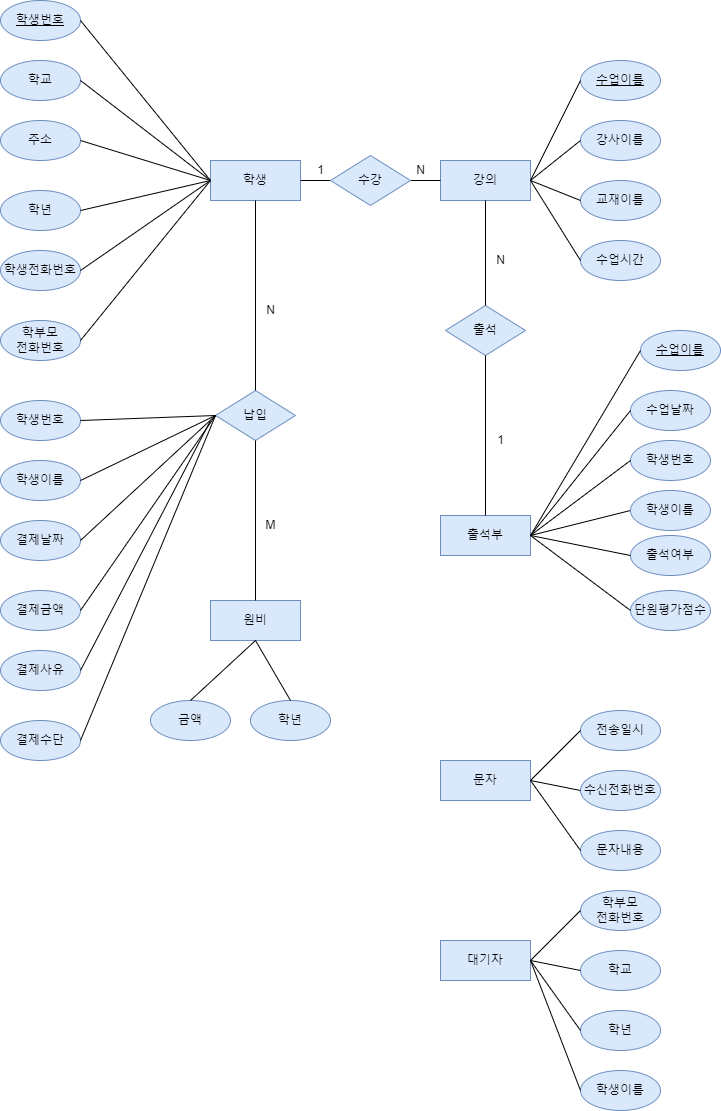
Above: ACA ERD.drawio.png in HYUUUNAKIM/DB_project (draw.io), before the change. Source tidied: cells renumbered, new cells last; positions are measured from the earlier drawing's top-left corner, leaving out a move shared by most shapes.
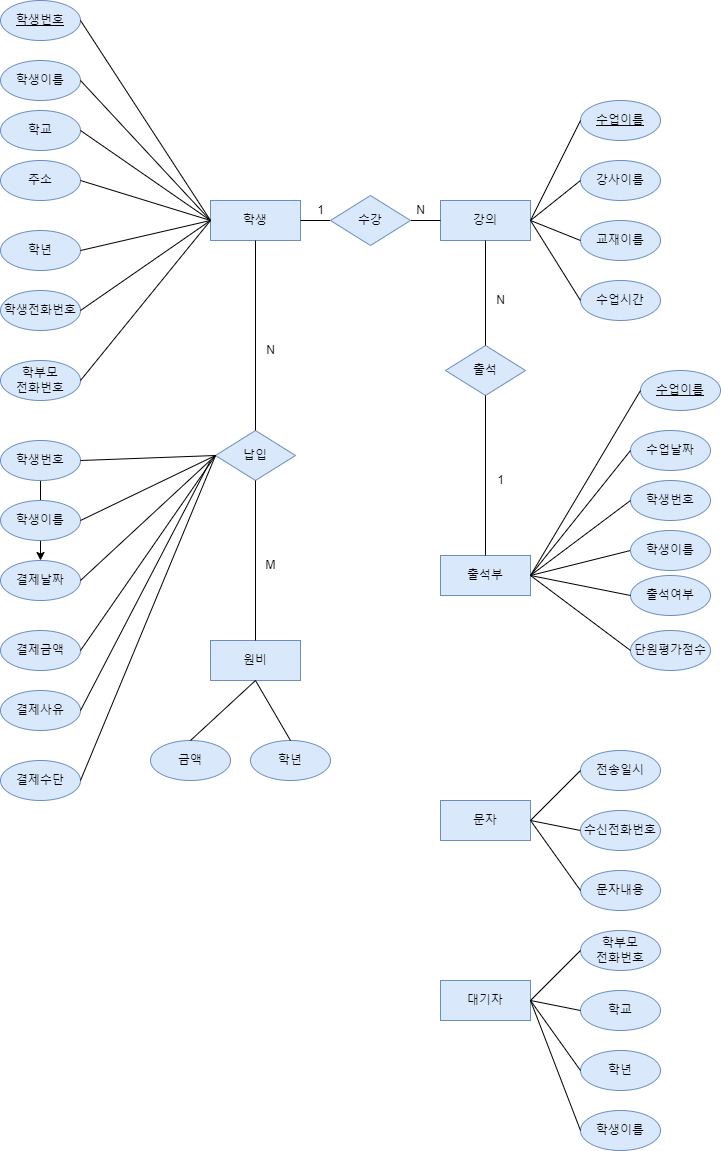
Later version of the same file.

Change to the diagram source:
```diff
@@ -6,10 +6,10 @@
       <mxGeometry x="210" y="160" width="90" height="40" as="geometry" />
     </mxCell>
     <mxCell id="3" value="&lt;u&gt;학생번호&lt;/u&gt;" style="ellipse;whiteSpace=wrap;html=1;fillColor=#dae8fc;strokeColor=#6c8ebf;" parent="1" vertex="1">
-      <mxGeometry width="80" height="40" as="geometry" />
+      <mxGeometry y="-40" width="80" height="40" as="geometry" />
     </mxCell>
     <mxCell id="4" value="학교" style="ellipse;whiteSpace=wrap;html=1;fillColor=#dae8fc;strokeColor=#6c8ebf;" parent="1" vertex="1">
-      <mxGeometry y="60" width="80" height="40" as="geometry" />
+      <mxGeometry y="70" width="80" height="40" as="geometry" />
     </mxCell>
     <mxCell id="5" value="학년" style="ellipse;whiteSpace=wrap;html=1;fillColor=#dae8fc;strokeColor=#6c8ebf;" parent="1" vertex="1">
       <mxGeometry y="190" width="80" height="40" as="geometry" />
@@ -115,6 +115,9 @@
     <mxCell id="34" style="endArrow=none;html=1;rounded=0;entryX=0.5;entryY=1;entryDx=0;entryDy=0;exitX=0.5;exitY=0;exitDx=0;exitDy=0;" parent="1" edge="1" source="26" target="32">
       <mxGeometry relative="1" as="geometry" />
     </mxCell>
+    <mxCell id="85" style="edgeStyle=orthogonalEdgeStyle;rounded=0;jettySize=auto;html=1;" parent="1" edge="1" source="35" target="40">
+      <mxGeometry relative="1" as="geometry" />
+    </mxCell>
     <mxCell id="35" value="&lt;span&gt;학생번호&lt;/span&gt;" style="ellipse;whiteSpace=wrap;html=1;fillColor=#dae8fc;strokeColor=#6c8ebf;fontStyle=0;" parent="1" vertex="1">
       <mxGeometry y="400" width="80" height="40" as="geometry" />
     </mxCell>
@@ -275,5 +278,11 @@
     <mxCell id="84" value="1" style="text;html=1;align=center;verticalAlign=middle;strokeColor=none;fillColor=none;" parent="1" vertex="1">
       <mxGeometry x="490" y="430" width="20" height="20" as="geometry" />
     </mxCell>
+    <mxCell id="86" value="학생이름" style="ellipse;whiteSpace=wrap;html=1;fillColor=#dae8fc;strokeColor=#6c8ebf;" parent="1" vertex="1">
+      <mxGeometry y="20" width="80" height="40" as="geometry" />
+    </mxCell>
+    <mxCell id="87" style="endArrow=none;html=1;rounded=0;exitX=1;exitY=0.5;exitDx=0;exitDy=0;entryX=0;entryY=0.5;entryDx=0;entryDy=0;" parent="1" edge="1" source="86" target="2">
+      <mxGeometry relative="1" as="geometry" />
+    </mxCell>
   </root>
 </mxGraphModel>
```
